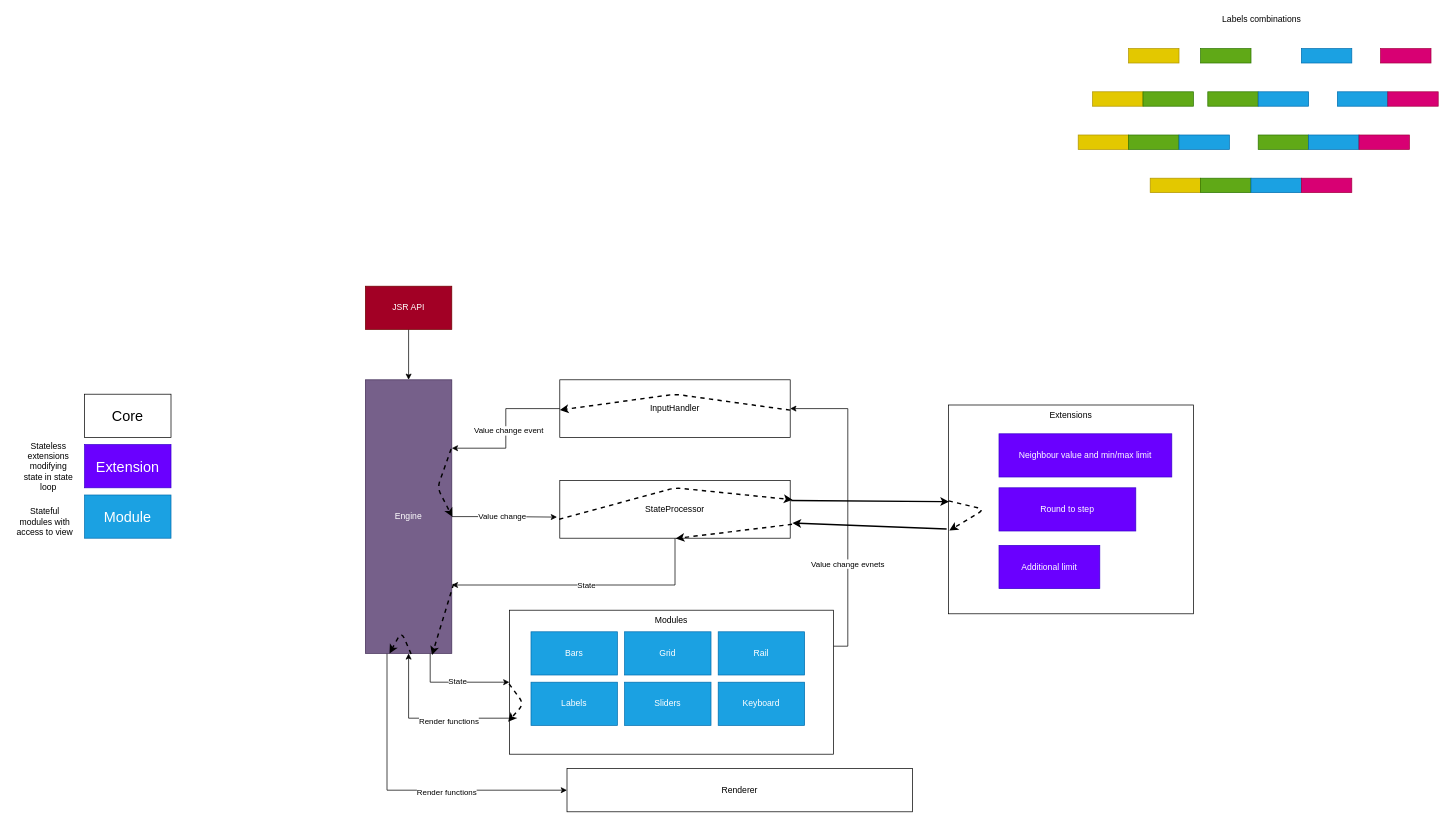
The draw.io diagram architecture.drawio in soanvig/mm-jsr, before the edit. Source tidied: cells renumbered, new cells numbered last; positions are measured from the earlier drawing's top-left corner, leaving out a move shared by most shapes. Both pictures are drawn from the tidied source at 72%, with x=0, y=0 at pixel (12, 12).
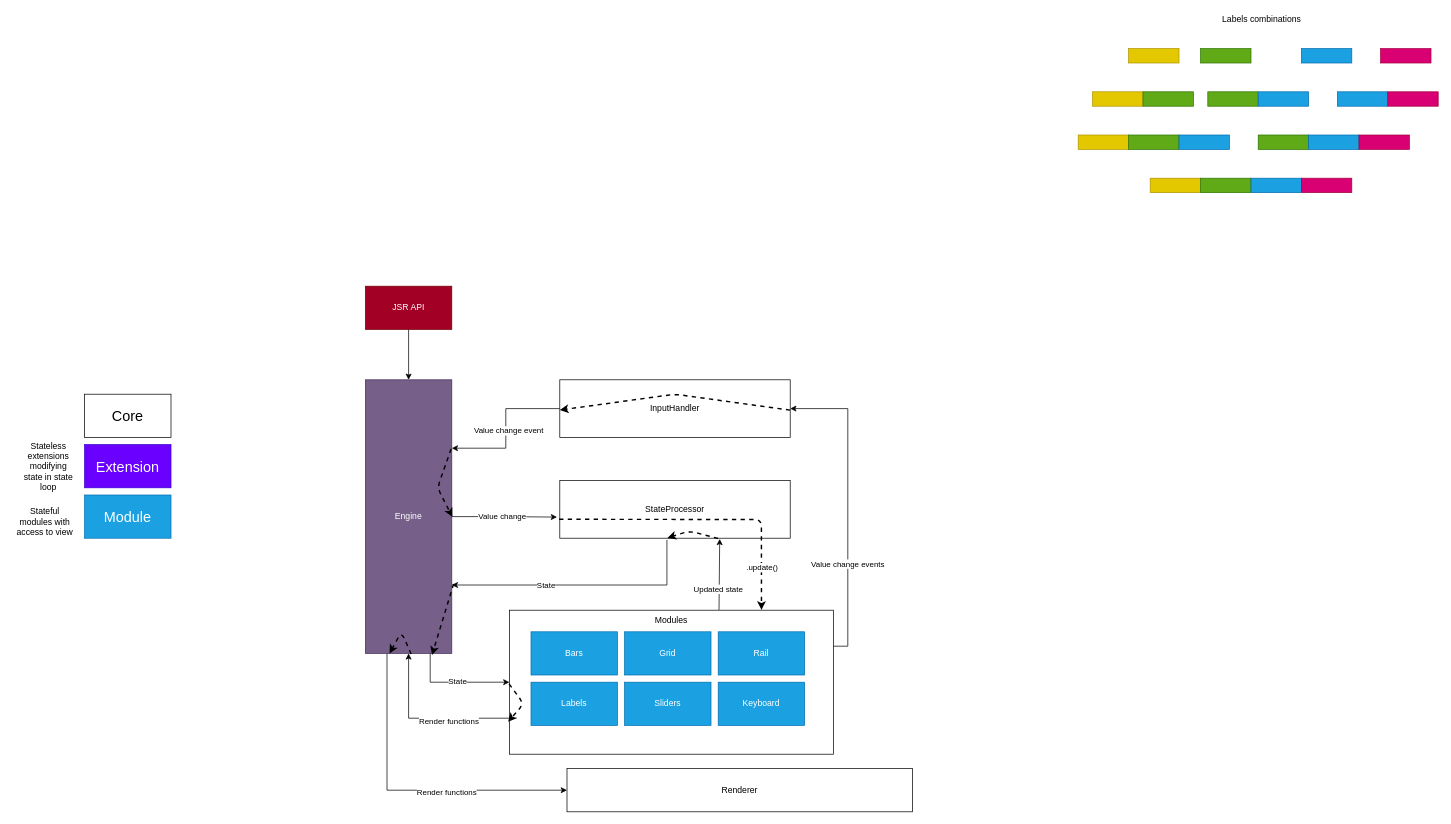
The same diagram, later.

Unchanged cells that the change refers to:
```xml
<mxCell id="5" style="edgeStyle=orthogonalEdgeStyle;rounded=0;jettySize=auto;html=1;exitX=1;exitY=0.25;exitDx=0;exitDy=0;entryX=1;entryY=0.5;entryDx=0;entryDy=0;" parent="1" edge="1" source="7" target="49">
  <mxGeometry relative="1" as="geometry" />
</mxCell>
<mxCell id="7" value="Modules" style="rounded=0;whiteSpace=wrap;html=1;verticalAlign=top;" parent="1" vertex="1">
  <mxGeometry x="690" y="830" width="450" height="200" as="geometry" />
</mxCell>
<mxCell id="39" value="StateProcessor" style="rounded=0;whiteSpace=wrap;html=1;" parent="1" vertex="1">
  <mxGeometry x="760" y="650" width="320" height="80" as="geometry" />
</mxCell>
<mxCell id="46" value="Engine" style="rounded=0;whiteSpace=wrap;html=1;fillColor=#76608a;strokeColor=#432D57;fontColor=#ffffff;" parent="1" vertex="1">
  <mxGeometry x="490" y="510" width="120" height="380" as="geometry" />
</mxCell>
```

The edit, as a diff of the source:
```diff
@@
-    <mxCell id="2" value="Extensions" style="rounded=0;whiteSpace=wrap;html=1;verticalAlign=top;" parent="1" vertex="1">
-      <mxGeometry x="1300" y="545" width="340" height="290" as="geometry" />
-    </mxCell>
@@
-    <mxCell id="6" value="Value change evnets" style="edgeLabel;html=1;align=center;verticalAlign=middle;" parent="5" vertex="1">
+    <mxCell id="6" value="Value change events" style="edgeLabel;html=1;align=center;verticalAlign=middle;" parent="5" vertex="1">
       <mxGeometry x="-0.37" y="1" relative="1" as="geometry" />
     </mxCell>
@@
-    <mxCell id="9" value="Neighbour value and min/max limit" style="rounded=0;whiteSpace=wrap;html=1;fillColor=#6a00ff;strokeColor=#3700CC;fontColor=#ffffff;" parent="1" vertex="1">
-      <mxGeometry x="1370" y="585" width="240" height="60" as="geometry" />
-    </mxCell>
-    <mxCell id="10" value="Round to step" style="rounded=0;whiteSpace=wrap;html=1;fillColor=#6a00ff;strokeColor=#3700CC;fontColor=#ffffff;" parent="1" vertex="1">
-      <mxGeometry x="1370" y="660" width="190" height="60" as="geometry" />
-    </mxCell>
-    <mxCell id="11" value="Additional limit" style="rounded=0;whiteSpace=wrap;html=1;fillColor=#6a00ff;strokeColor=#3700CC;fontColor=#ffffff;" parent="1" vertex="1">
-      <mxGeometry x="1370" y="740" width="140" height="60" as="geometry" />
-    </mxCell>
@@
-    <mxCell id="38" value="State" style="edgeStyle=orthogonalEdgeStyle;rounded=0;jettySize=auto;html=1;exitX=0.5;exitY=1;exitDx=0;exitDy=0;entryX=1;entryY=0.75;entryDx=0;entryDy=0;" parent="1" edge="1" source="39" target="46">
-      <mxGeometry relative="1" as="geometry" />
-    </mxCell>
@@
-    <mxCell id="56" style="endArrow=classic;html=1;strokeWidth=2;fontSize=16;exitX=1.004;exitY=0.346;exitDx=0;exitDy=0;exitPerimeter=0;entryX=0.002;entryY=0.463;entryDx=0;entryDy=0;entryPerimeter=0;" parent="1" edge="1" source="39" target="2">
-      <mxGeometry relative="1" as="geometry" />
-    </mxCell>
-    <mxCell id="57" style="endArrow=classic;html=1;strokeWidth=2;fontSize=16;exitX=-0.008;exitY=0.594;exitDx=0;exitDy=0;exitPerimeter=0;" parent="1" edge="1" source="2">
-      <mxGeometry relative="1" as="geometry">
-        <mxPoint x="1083" y="709" as="targetPoint" />
-      </mxGeometry>
-    </mxCell>
@@
-    <mxCell id="59" style="endArrow=classic;html=1;strokeWidth=2;fontSize=16;exitX=0;exitY=0.459;exitDx=0;exitDy=0;exitPerimeter=0;entryX=0.003;entryY=0.601;entryDx=0;entryDy=0;entryPerimeter=0;dashed=1;" parent="1" edge="1" source="2" target="2">
-      <mxGeometry relative="1" as="geometry">
-        <Array as="points">
-          <mxPoint x="1350" y="690" />
-        </Array>
-      </mxGeometry>
-    </mxCell>
-    <mxCell id="60" style="endArrow=classic;html=1;dashed=1;strokeWidth=2;fontSize=16;exitX=-0.003;exitY=0.672;exitDx=0;exitDy=0;exitPerimeter=0;entryX=1.01;entryY=0.332;entryDx=0;entryDy=0;entryPerimeter=0;" parent="1" edge="1" source="39" target="39">
+    <mxCell id="60" style="endArrow=classic;html=1;dashed=1;strokeWidth=2;fontSize=16;exitX=-0.003;exitY=0.672;exitDx=0;exitDy=0;exitPerimeter=0;entryX=0.778;entryY=-0.002;entryDx=0;entryDy=0;entryPerimeter=0;" parent="1" edge="1" source="39" target="7">
       <mxGeometry relative="1" as="geometry">
         <Array as="points">
-          <mxPoint x="920" y="660" />
+          <mxPoint x="1040" y="704" />
         </Array>
       </mxGeometry>
     </mxCell>
-    <mxCell id="61" style="endArrow=classic;html=1;dashed=1;strokeWidth=2;fontSize=16;exitX=1.008;exitY=0.759;exitDx=0;exitDy=0;exitPerimeter=0;entryX=0.503;entryY=1.005;entryDx=0;entryDy=0;entryPerimeter=0;" parent="1" edge="1" source="39" target="39">
-      <mxGeometry relative="1" as="geometry" />
-    </mxCell>
+    <mxCell id="68" value=".update()" style="edgeLabel;html=1;align=center;verticalAlign=middle;" parent="60" vertex="1">
+      <mxGeometry x="0.62" relative="1" as="geometry">
+        <mxPoint y="18" as="offset" />
+      </mxGeometry>
+    </mxCell>
@@
+    <mxCell id="38" value="State" style="edgeStyle=orthogonalEdgeStyle;rounded=0;jettySize=auto;html=1;entryX=1;entryY=0.75;entryDx=0;entryDy=0;exitX=0.465;exitY=1.029;exitDx=0;exitDy=0;exitPerimeter=0;" parent="1" edge="1" source="39" target="46">
+      <mxGeometry x="0.27" relative="1" as="geometry">
+        <Array as="points">
+          <mxPoint x="909" y="795" />
+        </Array>
+      </mxGeometry>
+    </mxCell>
+    <mxCell id="69" style="endArrow=classic;html=1;exitX=0.647;exitY=-0.002;exitDx=0;exitDy=0;exitPerimeter=0;entryX=0.694;entryY=1.013;entryDx=0;entryDy=0;entryPerimeter=0;" parent="1" edge="1" source="7" target="39">
+      <mxGeometry relative="1" as="geometry" />
+    </mxCell>
+    <mxCell id="70" value="Updated state" style="edgeLabel;html=1;align=center;verticalAlign=middle;" parent="69" vertex="1">
+      <mxGeometry x="-0.24" relative="1" as="geometry">
+        <mxPoint x="-2" y="8" as="offset" />
+      </mxGeometry>
+    </mxCell>
+    <mxCell id="61" style="endArrow=classic;html=1;dashed=1;strokeWidth=2;fontSize=16;exitX=0.687;exitY=1.004;exitDx=0;exitDy=0;exitPerimeter=0;entryX=0.467;entryY=0.996;entryDx=0;entryDy=0;entryPerimeter=0;" parent="1" edge="1" source="39" target="39">
+      <mxGeometry relative="1" as="geometry">
+        <Array as="points">
+          <mxPoint x="940" y="720" />
+        </Array>
+      </mxGeometry>
+    </mxCell>
```
